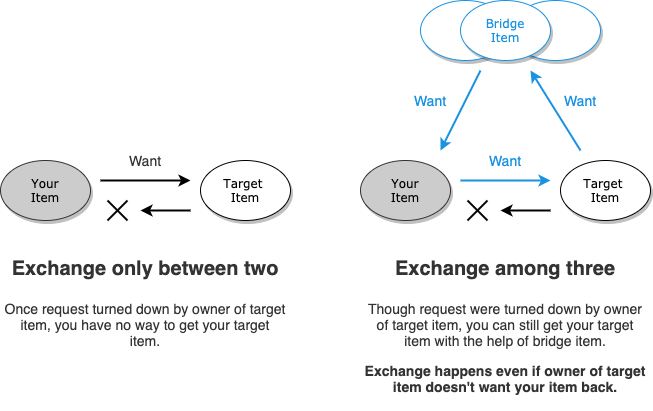
This is public/images/doubleVStriple.png from ElvinCTW/personalProject, a draw.io export, as it was before one commit. Source tidied: cells renumbered, new cells last; positions are measured from the earlier drawing's top-left corner, leaving out a move shared by most shapes. Its diagram source:
```xml
<mxGraphModel background="#ffffff">
  <root>
    <mxCell id="0" />
    <mxCell id="1" parent="0" />
    <mxCell id="2" style="ellipse;whiteSpace=wrap;html=1;rounded=0;shadow=1;comic=0;labelBackgroundColor=none;strokeWidth=1;fontFamily=Verdana;fontSize=12;align=center;strokeColor=#1992E2;fontColor=#1992E2;" parent="1" vertex="1">
      <mxGeometry x="420" width="90" height="60" as="geometry" />
    </mxCell>
    <mxCell id="3" value="Your&lt;br&gt;Item" style="ellipse;whiteSpace=wrap;html=1;rounded=0;shadow=1;comic=0;labelBackgroundColor=none;strokeWidth=1;fontFamily=Verdana;fontSize=12;align=center;strokeColor=#333333;fillColor=#CCCCCC;" parent="1" vertex="1">
      <mxGeometry y="160" width="90" height="60" as="geometry" />
    </mxCell>
    <mxCell id="4" value="Target &lt;br&gt;Item" style="ellipse;whiteSpace=wrap;html=1;rounded=0;shadow=1;comic=0;labelBackgroundColor=none;strokeWidth=1;fontFamily=Verdana;fontSize=12;align=center;" parent="1" vertex="1">
      <mxGeometry x="200" y="160" width="90" height="60" as="geometry" />
    </mxCell>
    <mxCell id="5" style="endArrow=classic;html=1;strokeWidth=2;" parent="1" edge="1">
      <mxGeometry relative="1" as="geometry">
        <mxPoint x="100" y="180" as="sourcePoint" />
        <mxPoint x="190" y="180" as="targetPoint" />
      </mxGeometry>
    </mxCell>
    <mxCell id="6" style="endArrow=none;html=1;strokeWidth=2;endFill=0;startArrow=classic;startFill=1;" parent="1" edge="1">
      <mxGeometry relative="1" as="geometry">
        <mxPoint x="140" y="210" as="sourcePoint" />
        <mxPoint x="190" y="210" as="targetPoint" />
      </mxGeometry>
    </mxCell>
    <mxCell id="7" style="endArrow=none;html=1;strokeWidth=2;" parent="1" edge="1">
      <mxGeometry relative="1" as="geometry">
        <mxPoint x="107" y="220" as="sourcePoint" />
        <mxPoint x="127" y="200" as="targetPoint" />
      </mxGeometry>
    </mxCell>
    <mxCell id="8" style="endArrow=none;html=1;strokeWidth=2;" parent="1" edge="1">
      <mxGeometry relative="1" as="geometry">
        <mxPoint x="107" y="200" as="sourcePoint" />
        <mxPoint x="127" y="220" as="targetPoint" />
      </mxGeometry>
    </mxCell>
    <mxCell id="9" value="Your&lt;br&gt;Item" style="ellipse;whiteSpace=wrap;html=1;rounded=0;shadow=1;comic=0;labelBackgroundColor=none;strokeWidth=1;fontFamily=Verdana;fontSize=12;align=center;strokeColor=#333333;fillColor=#CCCCCC;" parent="1" vertex="1">
      <mxGeometry x="360" y="160" width="90" height="60" as="geometry" />
    </mxCell>
    <mxCell id="10" value="Target &lt;br&gt;Item" style="ellipse;whiteSpace=wrap;html=1;rounded=0;shadow=1;comic=0;labelBackgroundColor=none;strokeWidth=1;fontFamily=Verdana;fontSize=12;align=center;" parent="1" vertex="1">
      <mxGeometry x="560" y="160" width="90" height="60" as="geometry" />
    </mxCell>
    <mxCell id="11" style="endArrow=classic;html=1;strokeWidth=2;strokeColor=#1992E2;" parent="1" edge="1">
      <mxGeometry relative="1" as="geometry">
        <mxPoint x="460" y="180" as="sourcePoint" />
        <mxPoint x="550" y="180" as="targetPoint" />
      </mxGeometry>
    </mxCell>
    <mxCell id="12" style="endArrow=none;html=1;strokeWidth=2;endFill=0;startArrow=classic;startFill=1;" parent="1" edge="1">
      <mxGeometry relative="1" as="geometry">
        <mxPoint x="500" y="210" as="sourcePoint" />
        <mxPoint x="550" y="210" as="targetPoint" />
      </mxGeometry>
    </mxCell>
    <mxCell id="13" style="endArrow=none;html=1;strokeWidth=2;" parent="1" edge="1">
      <mxGeometry relative="1" as="geometry">
        <mxPoint x="467" y="220" as="sourcePoint" />
        <mxPoint x="487" y="200" as="targetPoint" />
      </mxGeometry>
    </mxCell>
    <mxCell id="14" style="endArrow=none;html=1;strokeWidth=2;" parent="1" edge="1">
      <mxGeometry relative="1" as="geometry">
        <mxPoint x="467" y="200" as="sourcePoint" />
        <mxPoint x="487" y="220" as="targetPoint" />
      </mxGeometry>
    </mxCell>
    <mxCell id="15" style="endArrow=none;html=1;strokeWidth=2;endFill=0;startArrow=classic;startFill=1;strokeColor=#1992E2;" parent="1" edge="1">
      <mxGeometry relative="1" as="geometry">
        <mxPoint x="530" y="70" as="sourcePoint" />
        <mxPoint x="580" y="150" as="targetPoint" />
      </mxGeometry>
    </mxCell>
    <mxCell id="16" style="endArrow=classic;html=1;strokeWidth=2;endFill=1;startArrow=none;startFill=0;strokeColor=#1992E2;" parent="1" edge="1">
      <mxGeometry relative="1" as="geometry">
        <mxPoint x="480" y="70" as="sourcePoint" />
        <mxPoint x="440" y="150" as="targetPoint" />
      </mxGeometry>
    </mxCell>
    <mxCell id="17" value="&lt;h1&gt;&lt;font style=&quot;font-size: 20px&quot;&gt;Exchange only between two&lt;/font&gt;&lt;/h1&gt;&lt;p&gt;Once request turned down by owner of target item, you have no way to get your target item.&lt;/p&gt;" style="text;html=1;strokeColor=none;fillColor=none;spacing=5;spacingTop=-20;whiteSpace=wrap;overflow=hidden;rounded=0;fontSize=14;fontColor=#333333;align=center;" parent="1" vertex="1">
      <mxGeometry y="240" width="290" height="110" as="geometry" />
    </mxCell>
    <mxCell id="18" value="&lt;h1&gt;&lt;font style=&quot;font-size: 20px&quot;&gt;Exchange among three&lt;/font&gt;&lt;/h1&gt;&lt;p&gt;Though request were turned down by&amp;nbsp;owner of target item, you can still get your target item with the help of bridge item.&lt;/p&gt;&lt;p&gt;&lt;b&gt;Exchange happens even if owner of target item doesn't want your item back.&lt;/b&gt;&lt;/p&gt;" style="text;html=1;strokeColor=none;fillColor=none;spacing=5;spacingTop=-20;whiteSpace=wrap;overflow=hidden;rounded=0;fontSize=14;fontColor=#333333;align=center;" parent="1" vertex="1">
      <mxGeometry x="360" y="240" width="290" height="170" as="geometry" />
    </mxCell>
    <mxCell id="19" value="Want" style="text;html=1;strokeColor=none;fillColor=none;align=center;verticalAlign=middle;whiteSpace=wrap;rounded=0;fontSize=14;fontColor=#333333;" parent="1" vertex="1">
      <mxGeometry x="125" y="150" width="40" height="20" as="geometry" />
    </mxCell>
    <mxCell id="20" value="Want" style="text;html=1;strokeColor=none;fillColor=none;align=center;verticalAlign=middle;whiteSpace=wrap;rounded=0;fontSize=14;fontColor=#1992E2;" parent="1" vertex="1">
      <mxGeometry x="485" y="150" width="40" height="20" as="geometry" />
    </mxCell>
    <mxCell id="21" value="Want" style="text;html=1;strokeColor=none;fillColor=none;align=center;verticalAlign=middle;whiteSpace=wrap;rounded=0;fontSize=14;fontColor=#1992E2;" parent="1" vertex="1">
      <mxGeometry x="560" y="90" width="40" height="20" as="geometry" />
    </mxCell>
    <mxCell id="22" value="Want" style="text;html=1;strokeColor=none;fillColor=none;align=center;verticalAlign=middle;whiteSpace=wrap;rounded=0;fontSize=14;fontColor=#1992E2;" parent="1" vertex="1">
      <mxGeometry x="410" y="90" width="40" height="20" as="geometry" />
    </mxCell>
    <mxCell id="23" style="ellipse;whiteSpace=wrap;html=1;rounded=0;shadow=1;comic=0;labelBackgroundColor=none;strokeWidth=1;fontFamily=Verdana;fontSize=12;align=center;strokeColor=#1992E2;fontColor=#1992E2;" parent="1" vertex="1">
      <mxGeometry x="510" width="90" height="60" as="geometry" />
    </mxCell>
    <mxCell id="24" value="Bridge&lt;br&gt;Item" style="ellipse;whiteSpace=wrap;html=1;rounded=0;shadow=1;comic=0;labelBackgroundColor=none;strokeWidth=1;fontFamily=Verdana;fontSize=12;align=center;strokeColor=#1992E2;fontColor=#1992E2;" parent="1" vertex="1">
      <mxGeometry x="460" width="90" height="60" as="geometry" />
    </mxCell>
  </root>
</mxGraphModel>
```
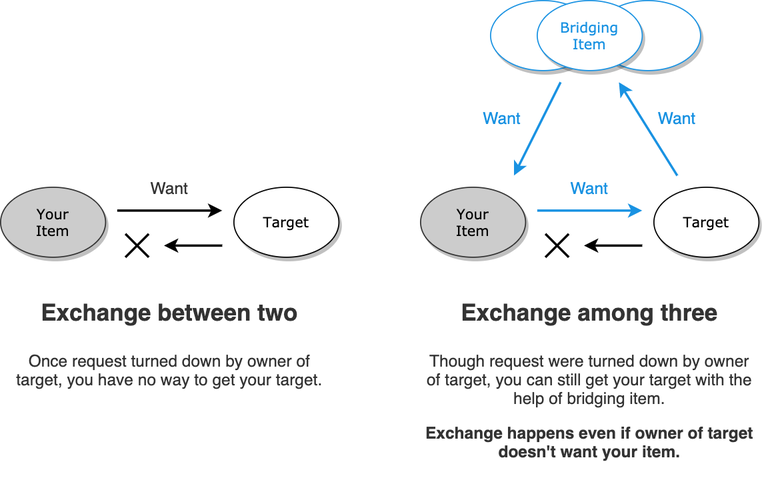
After the change.

The edit, as a diff of the source:
```diff
@@ -8,7 +8,7 @@
     <mxCell id="3" value="Your&lt;br&gt;Item" style="ellipse;whiteSpace=wrap;html=1;rounded=0;shadow=1;comic=0;labelBackgroundColor=none;strokeWidth=1;fontFamily=Verdana;fontSize=12;align=center;strokeColor=#333333;fillColor=#CCCCCC;" parent="1" vertex="1">
       <mxGeometry y="160" width="90" height="60" as="geometry" />
     </mxCell>
-    <mxCell id="4" value="Target &lt;br&gt;Item" style="ellipse;whiteSpace=wrap;html=1;rounded=0;shadow=1;comic=0;labelBackgroundColor=none;strokeWidth=1;fontFamily=Verdana;fontSize=12;align=center;" parent="1" vertex="1">
+    <mxCell id="4" value="Target" style="ellipse;whiteSpace=wrap;html=1;rounded=0;shadow=1;comic=0;labelBackgroundColor=none;strokeWidth=1;fontFamily=Verdana;fontSize=12;align=center;" parent="1" vertex="1">
       <mxGeometry x="200" y="160" width="90" height="60" as="geometry" />
     </mxCell>
     <mxCell id="5" style="endArrow=classic;html=1;strokeWidth=2;" parent="1" edge="1">
@@ -38,7 +38,7 @@
     <mxCell id="9" value="Your&lt;br&gt;Item" style="ellipse;whiteSpace=wrap;html=1;rounded=0;shadow=1;comic=0;labelBackgroundColor=none;strokeWidth=1;fontFamily=Verdana;fontSize=12;align=center;strokeColor=#333333;fillColor=#CCCCCC;" parent="1" vertex="1">
       <mxGeometry x="360" y="160" width="90" height="60" as="geometry" />
     </mxCell>
-    <mxCell id="10" value="Target &lt;br&gt;Item" style="ellipse;whiteSpace=wrap;html=1;rounded=0;shadow=1;comic=0;labelBackgroundColor=none;strokeWidth=1;fontFamily=Verdana;fontSize=12;align=center;" parent="1" vertex="1">
+    <mxCell id="10" value="Target" style="ellipse;whiteSpace=wrap;html=1;rounded=0;shadow=1;comic=0;labelBackgroundColor=none;strokeWidth=1;fontFamily=Verdana;fontSize=12;align=center;" parent="1" vertex="1">
       <mxGeometry x="560" y="160" width="90" height="60" as="geometry" />
     </mxCell>
     <mxCell id="11" style="endArrow=classic;html=1;strokeWidth=2;strokeColor=#1992E2;" parent="1" edge="1">
@@ -77,10 +77,10 @@
         <mxPoint x="440" y="150" as="targetPoint" />
       </mxGeometry>
     </mxCell>
-    <mxCell id="17" value="&lt;h1&gt;&lt;font style=&quot;font-size: 20px&quot;&gt;Exchange only between two&lt;/font&gt;&lt;/h1&gt;&lt;p&gt;Once request turned down by owner of target item, you have no way to get your target item.&lt;/p&gt;" style="text;html=1;strokeColor=none;fillColor=none;spacing=5;spacingTop=-20;whiteSpace=wrap;overflow=hidden;rounded=0;fontSize=14;fontColor=#333333;align=center;" parent="1" vertex="1">
+    <mxCell id="17" value="&lt;h1&gt;&lt;font style=&quot;font-size: 20px&quot;&gt;Exchange between two&lt;/font&gt;&lt;/h1&gt;&lt;p&gt;Once request turned down by owner of target, you have no way to get your target.&lt;/p&gt;" style="text;html=1;strokeColor=none;fillColor=none;spacing=5;spacingTop=-20;whiteSpace=wrap;overflow=hidden;rounded=0;fontSize=14;fontColor=#333333;align=center;" parent="1" vertex="1">
       <mxGeometry y="240" width="290" height="110" as="geometry" />
     </mxCell>
-    <mxCell id="18" value="&lt;h1&gt;&lt;font style=&quot;font-size: 20px&quot;&gt;Exchange among three&lt;/font&gt;&lt;/h1&gt;&lt;p&gt;Though request were turned down by&amp;nbsp;owner of target item, you can still get your target item with the help of bridge item.&lt;/p&gt;&lt;p&gt;&lt;b&gt;Exchange happens even if owner of target item doesn't want your item back.&lt;/b&gt;&lt;/p&gt;" style="text;html=1;strokeColor=none;fillColor=none;spacing=5;spacingTop=-20;whiteSpace=wrap;overflow=hidden;rounded=0;fontSize=14;fontColor=#333333;align=center;" parent="1" vertex="1">
+    <mxCell id="18" value="&lt;h1&gt;&lt;font style=&quot;font-size: 20px&quot;&gt;Exchange among three&lt;/font&gt;&lt;/h1&gt;&lt;p&gt;Though request were turned down by&amp;nbsp;owner of target, you can still get your target with the help of bridging item.&lt;/p&gt;&lt;p&gt;&lt;b&gt;Exchange happens even if owner of target doesn't want your item.&lt;/b&gt;&lt;/p&gt;" style="text;html=1;strokeColor=none;fillColor=none;spacing=5;spacingTop=-20;whiteSpace=wrap;overflow=hidden;rounded=0;fontSize=14;fontColor=#333333;align=center;" parent="1" vertex="1">
       <mxGeometry x="360" y="240" width="290" height="170" as="geometry" />
     </mxCell>
     <mxCell id="19" value="Want" style="text;html=1;strokeColor=none;fillColor=none;align=center;verticalAlign=middle;whiteSpace=wrap;rounded=0;fontSize=14;fontColor=#333333;" parent="1" vertex="1">
@@ -98,7 +98,7 @@
     <mxCell id="23" style="ellipse;whiteSpace=wrap;html=1;rounded=0;shadow=1;comic=0;labelBackgroundColor=none;strokeWidth=1;fontFamily=Verdana;fontSize=12;align=center;strokeColor=#1992E2;fontColor=#1992E2;" parent="1" vertex="1">
       <mxGeometry x="510" width="90" height="60" as="geometry" />
     </mxCell>
-    <mxCell id="24" value="Bridge&lt;br&gt;Item" style="ellipse;whiteSpace=wrap;html=1;rounded=0;shadow=1;comic=0;labelBackgroundColor=none;strokeWidth=1;fontFamily=Verdana;fontSize=12;align=center;strokeColor=#1992E2;fontColor=#1992E2;" parent="1" vertex="1">
+    <mxCell id="24" value="Bridging&lt;br&gt;Item" style="ellipse;whiteSpace=wrap;html=1;rounded=0;shadow=1;comic=0;labelBackgroundColor=none;strokeWidth=1;fontFamily=Verdana;fontSize=12;align=center;strokeColor=#1992E2;fontColor=#1992E2;" parent="1" vertex="1">
       <mxGeometry x="460" width="90" height="60" as="geometry" />
     </mxCell>
   </root>
```
